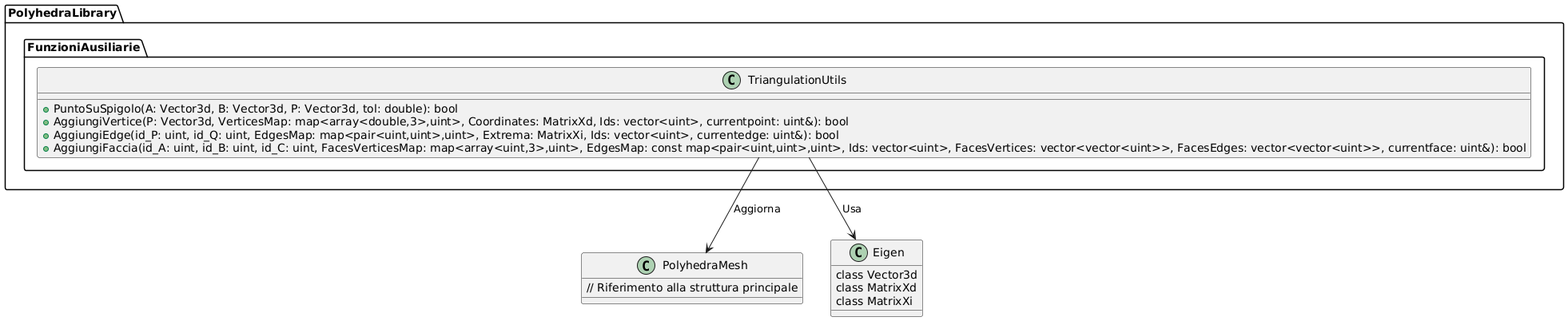
This is DocumentazioneUML/src/Triangolazione/FunzioniAusiliarie.png from ssararr/ProgettoPCS2025, a PlantUML export, as it was before one commit. Source of this version:
```plantuml
@startuml
namespace PolyhedraLibrary {
  namespace FunzioniAusiliarie {

    class TriangulationUtils {
      + PuntoSuSpigolo(A: Vector3d, B: Vector3d, P: Vector3d, tol: double): bool
      + AggiungiVertice(P: Vector3d, VerticesMap: map<array<double,3>,uint>, Coordinates: MatrixXd, Ids: vector<uint>, currentpoint: uint&): bool
      + AggiungiEdge(id_P: uint, id_Q: uint, EdgesMap: map<pair<uint,uint>,uint>, Extrema: MatrixXi, Ids: vector<uint>, currentedge: uint&): bool
      + AggiungiFaccia(id_A: uint, id_B: uint, id_C: uint, FacesVerticesMap: map<array<uint,3>,uint>, EdgesMap: const map<pair<uint,uint>,uint>, Ids: vector<uint>, FacesVertices: vector<vector<uint>>, FacesEdges: vector<vector<uint>>, currentface: uint&): bool
    }
  }
}

class PolyhedraMesh {
  // Riferimento alla struttura principale
}

class Eigen {
  class Vector3d
  class MatrixXd
  class MatrixXi
}

TriangulationUtils --> PolyhedraMesh : Aggiorna
TriangulationUtils --> Eigen : Usa
@enduml
```
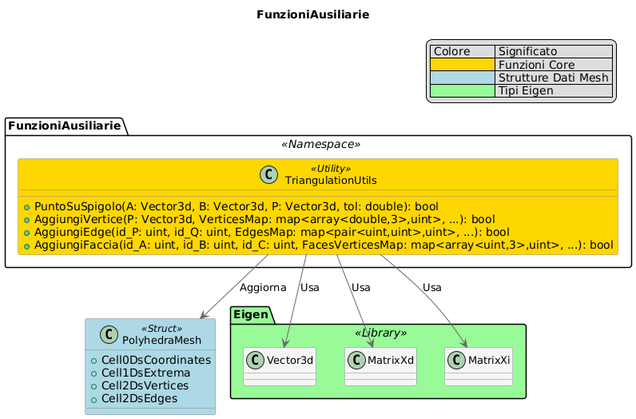
Above is the later version.

Commit message:
Correzione diagramma componenti di Funzioni Ausiliarie

What changed in the source:
```diff
@@ -1,26 +1,45 @@
 @startuml
-namespace PolyhedraLibrary {
-  namespace FunzioniAusiliarie {
+title FunzioniAusiliarie
 
-    class TriangulationUtils {
-      + PuntoSuSpigolo(A: Vector3d, B: Vector3d, P: Vector3d, tol: double): bool
-      + AggiungiVertice(P: Vector3d, VerticesMap: map<array<double,3>,uint>, Coordinates: MatrixXd, Ids: vector<uint>, currentpoint: uint&): bool
-      + AggiungiEdge(id_P: uint, id_Q: uint, EdgesMap: map<pair<uint,uint>,uint>, Extrema: MatrixXi, Ids: vector<uint>, currentedge: uint&): bool
-      + AggiungiFaccia(id_A: uint, id_B: uint, id_C: uint, FacesVerticesMap: map<array<uint,3>,uint>, EdgesMap: const map<pair<uint,uint>,uint>, Ids: vector<uint>, FacesVertices: vector<vector<uint>>, FacesEdges: vector<vector<uint>>, currentface: uint&): bool
-    }
-  }
+skinparam defaultFontName Arial
+skinparam class {
+    BackgroundColor #F5F5F5
+    BorderColor #888
+    ArrowColor #666
+    FontSize 13
 }
 
-class PolyhedraMesh {
-  // Riferimento alla struttura principale
+legend top right
+    | Colore       | Significato         |
+    | <#FFD700>    | Funzioni Core       |
+    | <#ADD8E6>    | Strutture Dati Mesh |
+    | <#98FB98>    | Tipi Eigen          |
+end legend
+
+package "FunzioniAusiliarie" <<Namespace>> {
+    class TriangulationUtils <<Utility>> #FFD700 {
+        + PuntoSuSpigolo(A: Vector3d, B: Vector3d, P: Vector3d, tol: double): bool
+        + AggiungiVertice(P: Vector3d, VerticesMap: map<array<double,3>,uint>, ...): bool
+        + AggiungiEdge(id_P: uint, id_Q: uint, EdgesMap: map<pair<uint,uint>,uint>, ...): bool
+        + AggiungiFaccia(id_A: uint, id_B: uint, id_C: uint, FacesVerticesMap: map<array<uint,3>,uint>, ...): bool
+    }
 }
 
-class Eigen {
-  class Vector3d
-  class MatrixXd
-  class MatrixXi
+class PolyhedraMesh <<Struct>> #ADD8E6 {
+    + Cell0DsCoordinates
+    + Cell1DsExtrema
+    + Cell2DsVertices
+    + Cell2DsEdges
+}
+
+package "Eigen" <<Library>> #98FB98 {
+    class Vector3d
+    class MatrixXd
+    class MatrixXi
 }
 
 TriangulationUtils --> PolyhedraMesh : Aggiorna
-TriangulationUtils --> Eigen : Usa
+TriangulationUtils --> Vector3d : Usa
+TriangulationUtils --> MatrixXd : Usa
+TriangulationUtils --> MatrixXi : Usa
 @enduml
```
